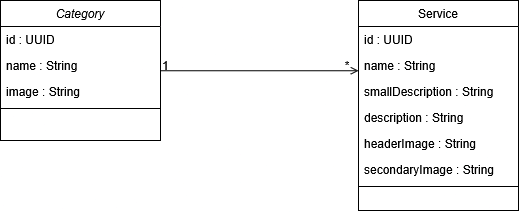
This is documentation/diagrams/domainmodel.png from MertBaba68/backend, a draw.io export, as it was before one commit. Source tidied: cells renumbered, new cells last; positions are measured from the earlier drawing's top-left corner, leaving out a move shared by most shapes.
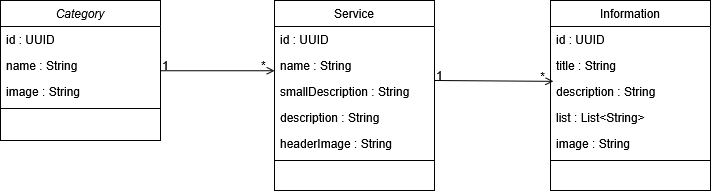
After the commit.

Change to the diagram source:
```diff
@@ -3,7 +3,7 @@
     <mxCell id="0" />
     <mxCell id="1" parent="0" />
     <mxCell id="2" value="Category" style="swimlane;fontStyle=2;align=center;verticalAlign=top;horizontal=1;startSize=26;rounded=0;shadow=0;strokeWidth=1;" parent="1" vertex="1">
-      <mxGeometry width="160" height="140" as="geometry" />
+      <mxGeometry x="-90" width="160" height="140" as="geometry" />
     </mxCell>
     <mxCell id="3" value="id : UUID" style="text;align=left;verticalAlign=top;spacingLeft=4;spacingRight=4;overflow=hidden;" parent="2" vertex="1">
       <mxGeometry y="26" width="160" height="26" as="geometry" />
@@ -18,7 +18,7 @@
       <mxGeometry y="104" width="160" height="8" as="geometry" />
     </mxCell>
     <mxCell id="7" value="Service" style="swimlane;fontStyle=0;align=center;verticalAlign=top;horizontal=1;startSize=26;rounded=0;shadow=0;strokeWidth=1;" parent="1" vertex="1">
-      <mxGeometry x="358" width="160" height="210" as="geometry" />
+      <mxGeometry x="184" width="160" height="190" as="geometry" />
     </mxCell>
     <mxCell id="8" value="id : UUID" style="text;align=left;verticalAlign=top;spacingLeft=4;spacingRight=4;overflow=hidden;" parent="7" vertex="1">
       <mxGeometry y="26" width="160" height="26" as="geometry" />
@@ -35,11 +35,8 @@
     <mxCell id="12" value="headerImage : String" style="text;align=left;verticalAlign=top;spacingLeft=4;spacingRight=4;overflow=hidden;rounded=0;shadow=0;html=0;" parent="7" vertex="1">
       <mxGeometry y="130" width="160" height="26" as="geometry" />
     </mxCell>
-    <mxCell id="13" value="secondaryImage : String" style="text;align=left;verticalAlign=top;spacingLeft=4;spacingRight=4;overflow=hidden;rounded=0;shadow=0;html=0;" parent="7" vertex="1">
-      <mxGeometry y="156" width="160" height="26" as="geometry" />
-    </mxCell>
     <mxCell id="14" style="line;html=1;strokeWidth=1;align=left;verticalAlign=middle;spacingTop=-1;spacingLeft=3;spacingRight=3;labelPosition=right;" parent="7" vertex="1">
-      <mxGeometry y="182" width="160" height="8" as="geometry" />
+      <mxGeometry y="156" width="160" height="8" as="geometry" />
     </mxCell>
     <mxCell id="15" style="endArrow=open;shadow=0;strokeWidth=1;rounded=0;curved=0;endFill=1;edgeStyle=elbowEdgeStyle;elbow=vertical;" parent="1" edge="1" source="2" target="7">
       <mxGeometry x="0.5" y="41" relative="1" as="geometry">
@@ -56,5 +53,42 @@
         <mxPoint x="-7" y="4" as="offset" />
       </mxGeometry>
     </mxCell>
+    <mxCell id="18" value="Information" style="swimlane;fontStyle=0;align=center;verticalAlign=top;horizontal=1;startSize=26;rounded=0;shadow=0;strokeWidth=1;" parent="1" vertex="1">
+      <mxGeometry x="460" width="160" height="190" as="geometry" />
+    </mxCell>
+    <mxCell id="19" value="id : UUID" style="text;align=left;verticalAlign=top;spacingLeft=4;spacingRight=4;overflow=hidden;" parent="18" vertex="1">
+      <mxGeometry y="26" width="160" height="26" as="geometry" />
+    </mxCell>
+    <mxCell id="20" value="title : String" style="text;align=left;verticalAlign=top;spacingLeft=4;spacingRight=4;overflow=hidden;rounded=0;shadow=0;html=0;" parent="18" vertex="1">
+      <mxGeometry y="52" width="160" height="26" as="geometry" />
+    </mxCell>
+    <mxCell id="21" value="description : String" style="text;align=left;verticalAlign=top;spacingLeft=4;spacingRight=4;overflow=hidden;points=[[0,0.5],[1,0.5]];portConstraint=eastwest;rounded=0;shadow=0;html=0;" parent="18" vertex="1">
+      <mxGeometry y="78" width="160" height="26" as="geometry" />
+    </mxCell>
+    <mxCell id="22" value="list : List&lt;String&gt;" style="text;align=left;verticalAlign=top;spacingLeft=4;spacingRight=4;overflow=hidden;rounded=0;shadow=0;html=0;" parent="18" vertex="1">
+      <mxGeometry y="104" width="160" height="26" as="geometry" />
+    </mxCell>
+    <mxCell id="23" value="image : String" style="text;align=left;verticalAlign=top;spacingLeft=4;spacingRight=4;overflow=hidden;rounded=0;shadow=0;html=0;" parent="18" vertex="1">
+      <mxGeometry y="130" width="160" height="26" as="geometry" />
+    </mxCell>
+    <mxCell id="24" style="line;html=1;strokeWidth=1;align=left;verticalAlign=middle;spacingTop=-1;spacingLeft=3;spacingRight=3;labelPosition=right;" parent="18" vertex="1">
+      <mxGeometry y="156" width="160" height="8" as="geometry" />
+    </mxCell>
+    <mxCell id="25" style="endArrow=open;shadow=0;strokeWidth=1;rounded=0;curved=0;endFill=1;edgeStyle=elbowEdgeStyle;elbow=vertical;entryX=0.018;entryY=0.119;entryDx=0;entryDy=0;entryPerimeter=0;" parent="1" edge="1" target="21">
+      <mxGeometry x="0.5" y="41" relative="1" as="geometry">
+        <mxPoint x="344" y="80" as="sourcePoint" />
+        <mxPoint x="-40" y="32" as="offset" />
+      </mxGeometry>
+    </mxCell>
+    <mxCell id="26" value="1" style="align=left;verticalAlign=bottom;labelBackgroundColor=none;fontSize=12;" parent="25" vertex="1">
+      <mxGeometry x="-1" relative="1" as="geometry">
+        <mxPoint y="4" as="offset" />
+      </mxGeometry>
+    </mxCell>
+    <mxCell id="27" value="*" style="align=right;verticalAlign=bottom;labelBackgroundColor=none;fontSize=12;" parent="25" vertex="1">
+      <mxGeometry x="1" relative="1" as="geometry">
+        <mxPoint x="-7" y="4" as="offset" />
+      </mxGeometry>
+    </mxCell>
   </root>
 </mxGraphModel>
```
